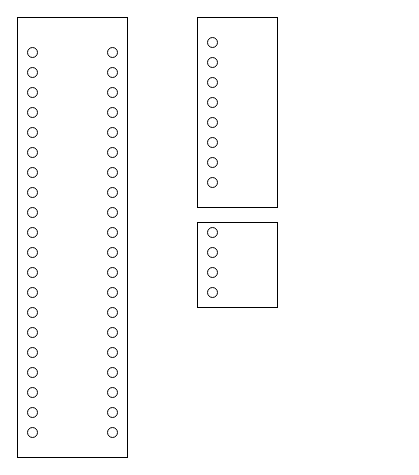
siliyuan6/drawio keeps this draw.io diagram as test.drawio. Above is the earlier version. Source tidied: cells renumbered, new cells numbered last; positions are measured from the earlier drawing's top-left corner, leaving out a move shared by most shapes. Both pictures are drawn from the tidied source at 100%, with x=0, y=0 at pixel (17, 17).
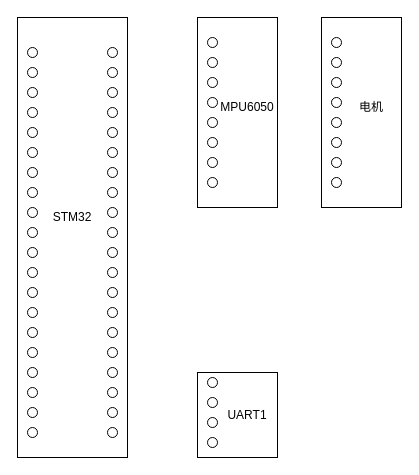
The same diagram, later.

What changed in the source:
```diff
@@
     <mxCell id="52" style="rounded=0;whiteSpace=wrap;html=1;" parent="1" vertex="1">
-      <mxGeometry x="180" y="205" width="80" height="85" as="geometry" />
+      <mxGeometry x="180" y="355" width="80" height="85" as="geometry" />
     </mxCell>
     <mxCell id="53" style="ellipse;whiteSpace=wrap;html=1;" parent="1" vertex="1">
-      <mxGeometry x="190" y="270" width="10" height="10" as="geometry" />
+      <mxGeometry x="190" y="420" width="10" height="10" as="geometry" />
     </mxCell>
     <mxCell id="54" style="ellipse;whiteSpace=wrap;html=1;" parent="1" vertex="1">
-      <mxGeometry x="190" y="250" width="10" height="10" as="geometry" />
+      <mxGeometry x="190" y="400" width="10" height="10" as="geometry" />
     </mxCell>
     <mxCell id="55" style="ellipse;whiteSpace=wrap;html=1;" parent="1" vertex="1">
-      <mxGeometry x="190" y="230" width="10" height="10" as="geometry" />
+      <mxGeometry x="190" y="380" width="10" height="10" as="geometry" />
     </mxCell>
     <mxCell id="56" style="ellipse;whiteSpace=wrap;html=1;" parent="1" vertex="1">
-      <mxGeometry x="190" y="210" width="10" height="10" as="geometry" />
+      <mxGeometry x="190" y="360" width="10" height="10" as="geometry" />
     </mxCell>
+    <mxCell id="57" value="UART1" style="text;html=1;strokeColor=none;fillColor=none;align=center;verticalAlign=middle;whiteSpace=wrap;rounded=0;" parent="1" vertex="1">
+      <mxGeometry x="210" y="387.5" width="40" height="20" as="geometry" />
+    </mxCell>
+    <mxCell id="58" value="STM32" style="text;html=1;strokeColor=none;fillColor=none;align=center;verticalAlign=middle;whiteSpace=wrap;rounded=0;" parent="1" vertex="1">
+      <mxGeometry x="35" y="190" width="40" height="20" as="geometry" />
+    </mxCell>
+    <mxCell id="59" value="MPU6050" style="text;html=1;strokeColor=none;fillColor=none;align=center;verticalAlign=middle;whiteSpace=wrap;rounded=0;" parent="1" vertex="1">
+      <mxGeometry x="200" y="80" width="60" height="20" as="geometry" />
+    </mxCell>
+    <mxCell id="60" style="group;" parent="1" vertex="1">
+      <mxGeometry x="304" width="80" height="190" as="geometry" />
+    </mxCell>
+    <mxCell id="61" style="rounded=0;whiteSpace=wrap;html=1;" parent="60" vertex="1">
+      <mxGeometry width="80" height="190" as="geometry" />
+    </mxCell>
+    <mxCell id="62" style="ellipse;whiteSpace=wrap;html=1;" parent="60" vertex="1">
+      <mxGeometry x="10" y="20" width="10" height="10" as="geometry" />
+    </mxCell>
+    <mxCell id="63" style="ellipse;whiteSpace=wrap;html=1;" parent="60" vertex="1">
+      <mxGeometry x="10" y="40" width="10" height="10" as="geometry" />
+    </mxCell>
+    <mxCell id="64" style="ellipse;whiteSpace=wrap;html=1;" parent="60" vertex="1">
+      <mxGeometry x="10" y="60" width="10" height="10" as="geometry" />
+    </mxCell>
+    <mxCell id="65" style="ellipse;whiteSpace=wrap;html=1;" parent="60" vertex="1">
+      <mxGeometry x="10" y="80" width="10" height="10" as="geometry" />
+    </mxCell>
+    <mxCell id="66" style="ellipse;whiteSpace=wrap;html=1;" parent="60" vertex="1">
+      <mxGeometry x="10" y="100" width="10" height="10" as="geometry" />
+    </mxCell>
+    <mxCell id="67" style="ellipse;whiteSpace=wrap;html=1;" parent="60" vertex="1">
+      <mxGeometry x="10" y="120" width="10" height="10" as="geometry" />
+    </mxCell>
+    <mxCell id="68" style="ellipse;whiteSpace=wrap;html=1;" parent="60" vertex="1">
+      <mxGeometry x="10" y="140" width="10" height="10" as="geometry" />
+    </mxCell>
+    <mxCell id="69" style="ellipse;whiteSpace=wrap;html=1;" parent="60" vertex="1">
+      <mxGeometry x="10" y="160" width="10" height="10" as="geometry" />
+    </mxCell>
+    <mxCell id="70" value="电机" style="text;html=1;strokeColor=none;fillColor=none;align=center;verticalAlign=middle;whiteSpace=wrap;rounded=0;" parent="60" vertex="1">
+      <mxGeometry x="30" y="80" width="40" height="20" as="geometry" />
+    </mxCell>
```
